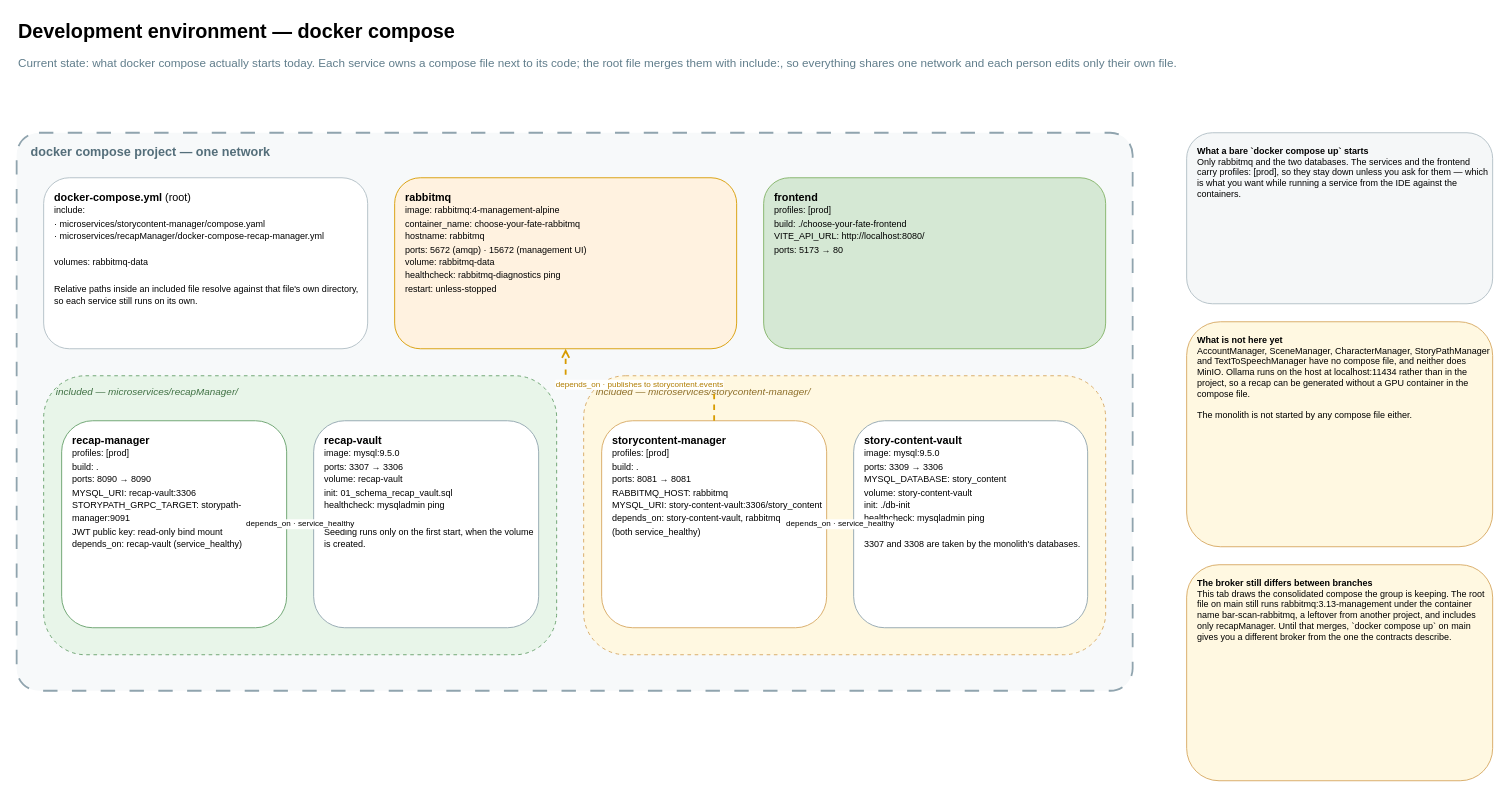
The draw.io diagram page "Development environment — docker compose" (4 of 7) of docs/architecture/architecture.template.drawio in Grupp2B-Spam/RPG_Choose_Your_Fate_Sem2, before the edit. Source tidied: cells renumbered, new cells numbered last; positions are measured from the earlier drawing's top-left corner, leaving out a move shared by most shapes. Both pictures are drawn from the tidied source at 90%, with x=0, y=0 at pixel (16, 15).
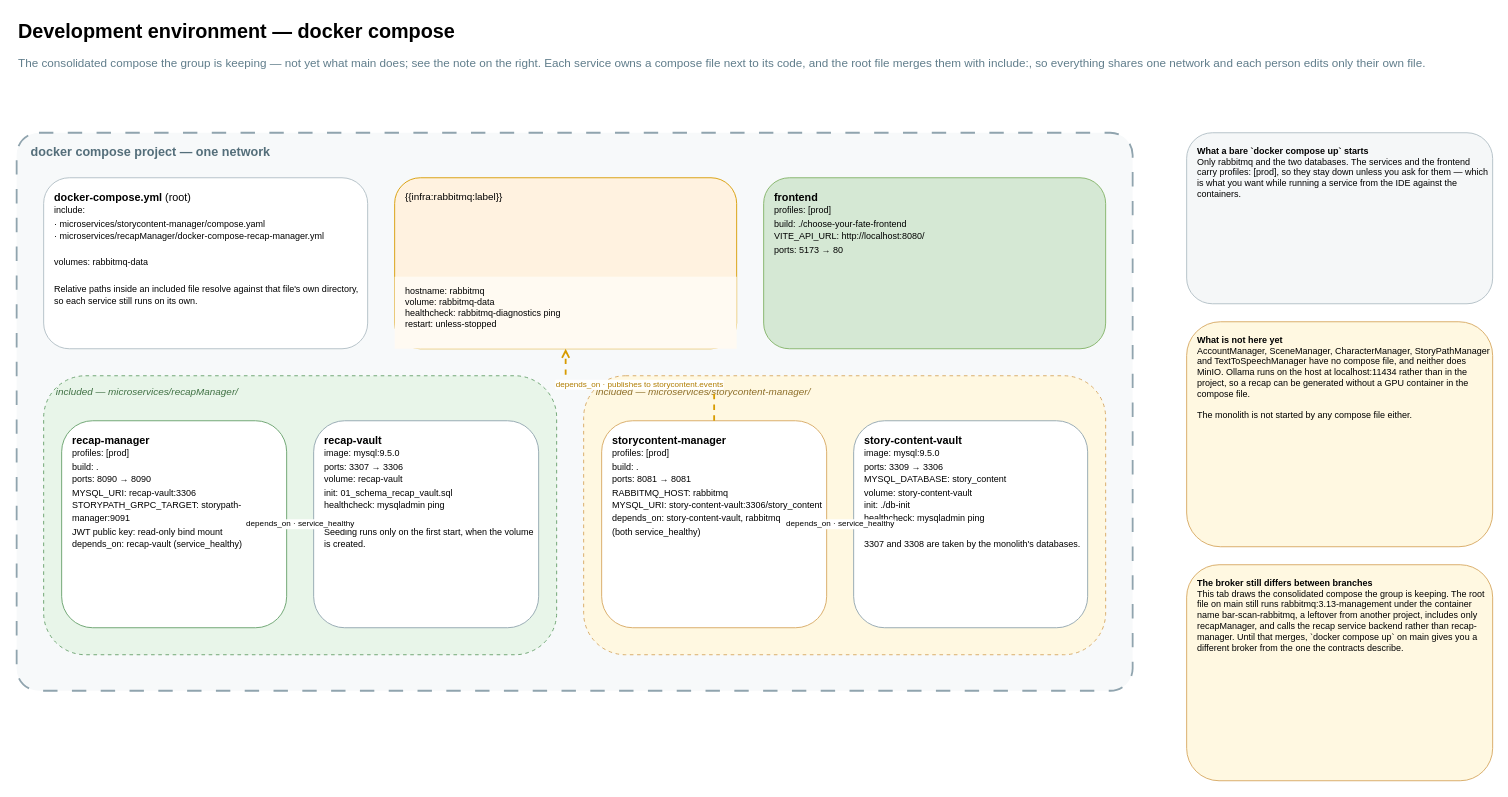
Above is the later version.

Unchanged cells that the change refers to:
```xml
<mxCell id="4" value="docker compose project — one network" style="rounded=1;whiteSpace=wrap;html=1;dashed=1;dashPattern=8 8;fillColor=#f7f9fa;strokeColor=#90a4ae;strokeWidth=2;verticalAlign=top;align=left;spacingLeft=14;spacingTop=6;fontSize=14;fontStyle=1;fontColor=#546e7a;arcSize=4;" parent="1" vertex="1">
  <mxGeometry y="130" width="1240" height="620" as="geometry" />
</mxCell>
```

What changed in the source:
```diff
@@
-    <mxCell id="3" value="Current state: what docker compose actually starts today. Each service owns a compose file next to its code; the root file merges them with include:, so everything shares one network and each person edits only their own file." style="text;html=1;fontSize=13;fontColor=#607d8b;align=left;verticalAlign=middle;" parent="1" vertex="1">
+    <mxCell id="3" value="The consolidated compose the group is keeping — not yet what main does; see the note on the right. Each service owns a compose file next to its code, and the root file merges them with include:, so everything shares one network and each person edits only their own file." style="text;html=1;fontSize=13;fontColor=#607d8b;align=left;verticalAlign=middle;" parent="1" vertex="1">
       <mxGeometry y="40" width="1400" height="24" as="geometry" />
     </mxCell>
@@
-    <mxCell id="6" value="&lt;b&gt;rabbitmq&lt;/b&gt;&lt;br&gt;&lt;font style=&quot;font-size: 10px&quot;&gt;image: rabbitmq:4-management-alpine&lt;br&gt;container_name: choose-your-fate-rabbitmq&lt;br&gt;hostname: rabbitmq&lt;br&gt;ports: 5672 (amqp) · 15672 (management UI)&lt;br&gt;volume: rabbitmq-data&lt;br&gt;healthcheck: rabbitmq-diagnostics ping&lt;br&gt;restart: unless-stopped&lt;/font&gt;" style="rounded=1;whiteSpace=wrap;html=1;fillColor=#fff2e0;strokeColor=#d79b00;align=left;verticalAlign=top;spacingLeft=10;spacingTop=8;fontSize=12;" parent="4" vertex="1">
+    <mxCell id="6" style="rounded=1;whiteSpace=wrap;html=1;fillColor=#fff2e0;strokeColor=#d79b00;verticalAlign=top;" parent="4" vertex="1">
       <mxGeometry x="420" y="50" width="380" height="190" as="geometry" />
     </mxCell>
+    <mxCell id="20" value="{{infra:rabbitmq:label}}" style="text;html=1;align=left;verticalAlign=top;spacingLeft=10;spacingTop=8;fontSize=11;strokeColor=none;fillColor=none;whiteSpace=wrap;" parent="6" vertex="1">
+      <mxGeometry width="380" height="110" as="geometry" />
+    </mxCell>
+    <mxCell id="21" value="&lt;font style=&quot;font-size: 10px&quot;&gt;hostname: rabbitmq&lt;br&gt;volume: rabbitmq-data&lt;br&gt;healthcheck: rabbitmq-diagnostics ping&lt;br&gt;restart: unless-stopped&lt;/font&gt;" style="text;html=1;align=left;verticalAlign=top;spacingLeft=10;spacingTop=4;fontSize=10;strokeColor=none;fillColor=#fffaf2;whiteSpace=wrap;" parent="6" vertex="1">
+      <mxGeometry y="110" width="380" height="80" as="geometry" />
+    </mxCell>
@@
-    <mxCell id="19" value="&lt;b&gt;The broker still differs between branches&lt;/b&gt;&lt;br&gt;This tab draws the consolidated compose the group is keeping. The root file on main still runs rabbitmq:3.13-management under the container name bar-scan-rabbitmq, a leftover from another project, and includes only recapManager. Until that merges, `docker compose up` on main gives you a different broker from the one the contracts describe." style="rounded=1;whiteSpace=wrap;html=1;fillColor=#fff8e1;strokeColor=#d6a860;align=left;verticalAlign=top;spacingLeft=10;spacingTop=8;fontSize=10;" parent="1" vertex="1">
+    <mxCell id="19" value="&lt;b&gt;The broker still differs between branches&lt;/b&gt;&lt;br&gt;This tab draws the consolidated compose the group is keeping. The root file on main still runs rabbitmq:3.13-management under the container name bar-scan-rabbitmq, a leftover from another project, includes only recapManager, and calls the recap service backend rather than recap-manager. Until that merges, `docker compose up` on main gives you a different broker from the one the contracts describe." style="rounded=1;whiteSpace=wrap;html=1;fillColor=#fff8e1;strokeColor=#d6a860;align=left;verticalAlign=top;spacingLeft=10;spacingTop=8;fontSize=10;" parent="1" vertex="1">
       <mxGeometry x="1300" y="610" width="340" height="240" as="geometry" />
     </mxCell>
```
